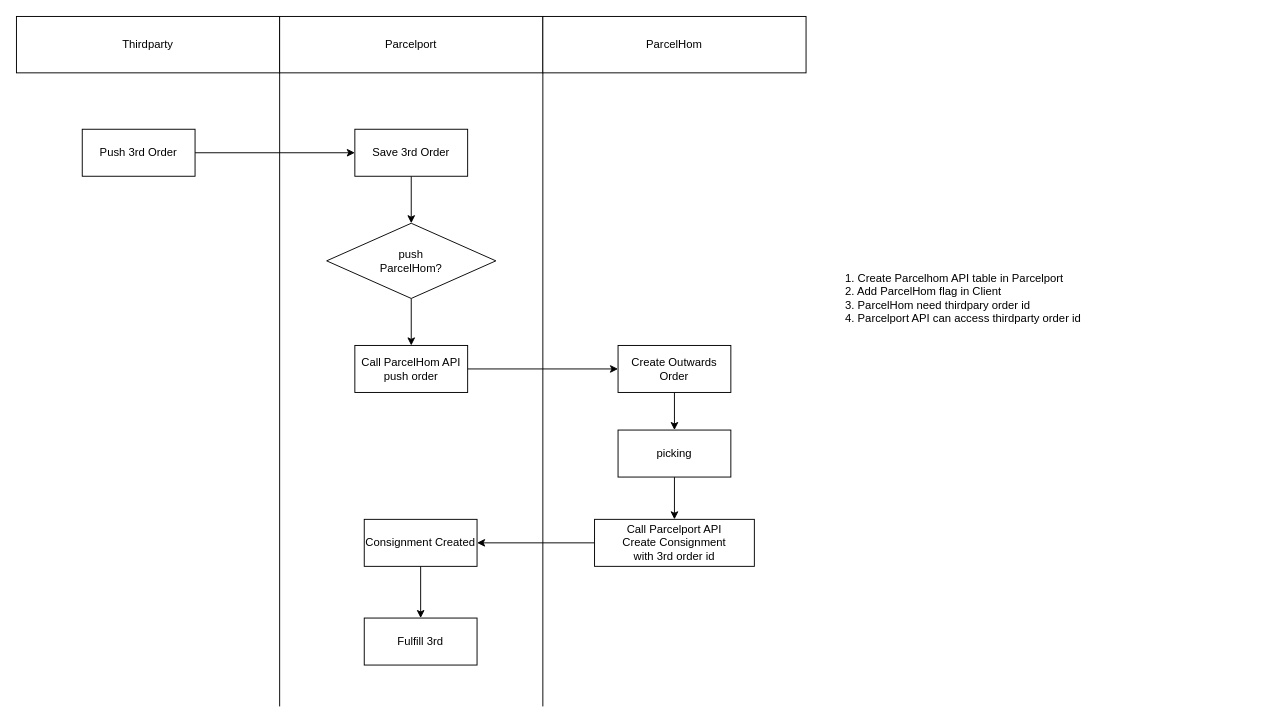
Earlier version of the draw.io diagram draw.io/parcelhom-parcelport.drawio (Kevin-Huang-NZ/notes). Source tidied: cells renumbered, new cells numbered last; positions are measured from the earlier drawing's top-left corner, leaving out a move shared by most shapes. Both pictures are drawn from the tidied source at 94%, with x=0, y=0 at pixel (16, 16).
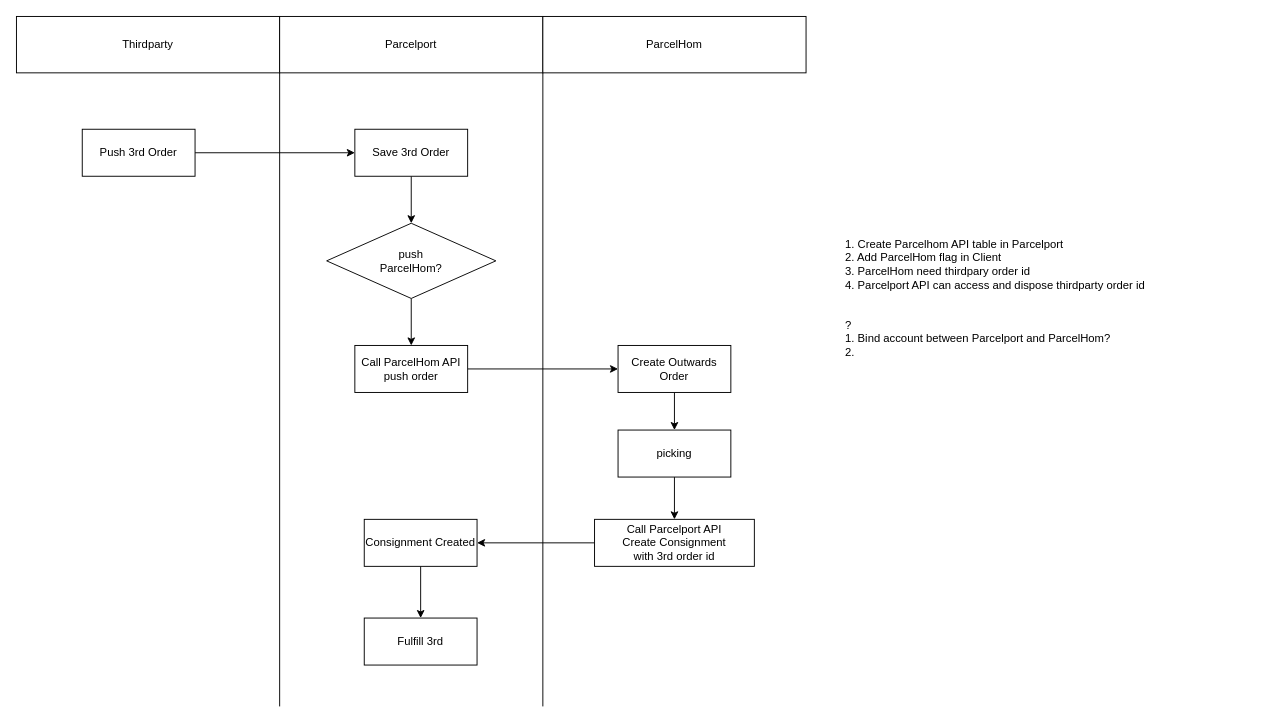
Above is the later version.

Change to the diagram source:
```diff
@@
-    <mxCell id="24" value="&lt;div style=&quot;&quot;&gt;&lt;span style=&quot;background-color: initial;&quot;&gt;1. Create Parcelhom API table in Parcelport&lt;/span&gt;&lt;/div&gt;&lt;div style=&quot;&quot;&gt;&lt;span style=&quot;background-color: initial;&quot;&gt;2. Add ParcelHom flag in Client&lt;/span&gt;&lt;/div&gt;&lt;div style=&quot;&quot;&gt;&lt;span style=&quot;background-color: initial;&quot;&gt;3. ParcelHom need thirdpary order id&lt;/span&gt;&lt;/div&gt;&lt;div style=&quot;&quot;&gt;&lt;span style=&quot;background-color: initial;&quot;&gt;4. Parcelport API can access thirdparty order id&lt;/span&gt;&lt;/div&gt;" style="text;html=1;strokeColor=none;fillColor=none;align=left;verticalAlign=middle;whiteSpace=wrap;rounded=0;" parent="1" vertex="1">
+    <mxCell id="24" value="&lt;div style=&quot;&quot;&gt;&lt;span style=&quot;background-color: initial;&quot;&gt;1. Create Parcelhom API table in Parcelport&lt;/span&gt;&lt;/div&gt;&lt;div style=&quot;&quot;&gt;&lt;span style=&quot;background-color: initial;&quot;&gt;2. Add ParcelHom flag in Client&lt;/span&gt;&lt;/div&gt;&lt;div style=&quot;&quot;&gt;&lt;span style=&quot;background-color: initial;&quot;&gt;3. ParcelHom need thirdpary order id&lt;/span&gt;&lt;/div&gt;&lt;div style=&quot;&quot;&gt;&lt;span style=&quot;background-color: initial;&quot;&gt;4. Parcelport API can access and dispose thirdparty order id&lt;/span&gt;&lt;/div&gt;&lt;div style=&quot;&quot;&gt;&lt;span style=&quot;background-color: initial;&quot;&gt;&lt;br&gt;&lt;/span&gt;&lt;/div&gt;&lt;div style=&quot;&quot;&gt;&lt;span style=&quot;background-color: initial;&quot;&gt;&lt;br&gt;&lt;/span&gt;&lt;/div&gt;&lt;div style=&quot;&quot;&gt;&lt;span style=&quot;background-color: initial;&quot;&gt;?&lt;/span&gt;&lt;/div&gt;&lt;div style=&quot;&quot;&gt;&lt;span style=&quot;background-color: initial;&quot;&gt;1. Bind account between Parcelport and ParcelHom?&lt;/span&gt;&lt;/div&gt;&lt;div style=&quot;&quot;&gt;&lt;span style=&quot;background-color: initial;&quot;&gt;2.&amp;nbsp;&lt;/span&gt;&lt;/div&gt;" style="text;html=1;strokeColor=none;fillColor=none;align=left;verticalAlign=middle;whiteSpace=wrap;rounded=0;" parent="1" vertex="1">
       <mxGeometry x="880" y="130" width="450" height="340" as="geometry" />
     </mxCell>
```
